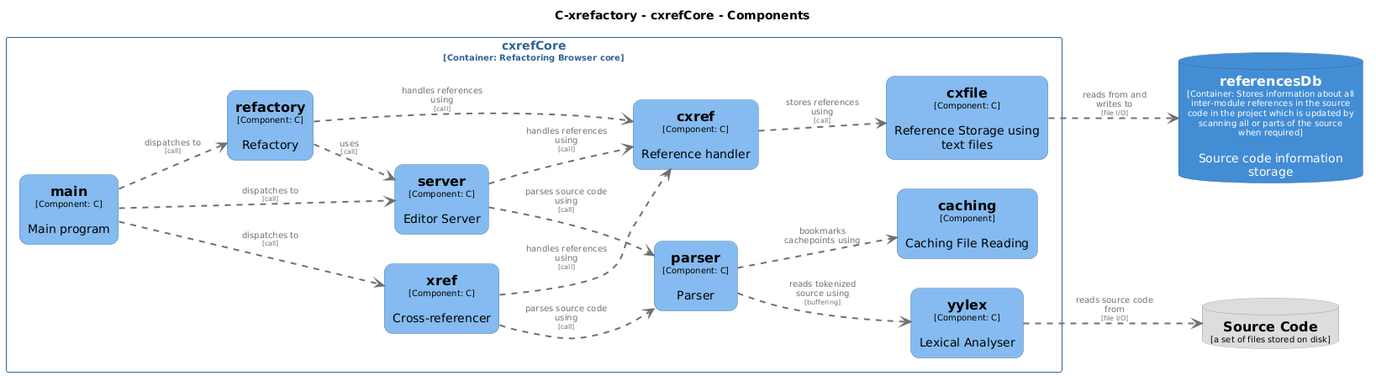
Before: CxrefCore.png, a diagram exported from PlantUML (thoni56/c-xrefactory).
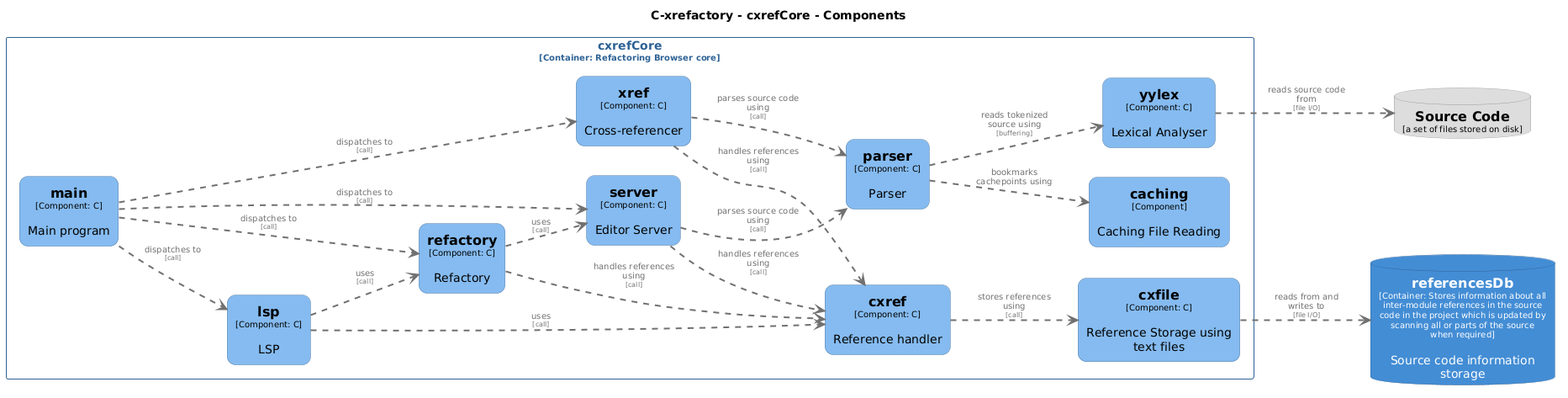
After the commit.

Change to the diagram source:
```diff
@@ -34,6 +34,13 @@
   shadowing false
 }
 skinparam rectangle<<Cxrefactory.cxrefCore.cxref>> {
+  BackgroundColor #85bbf0
+  FontColor #000000
+  BorderColor #5d82a8
+  roundCorner 20
+  shadowing false
+}
+skinparam rectangle<<Cxrefactory.cxrefCore.lsp>> {
   BackgroundColor #85bbf0
   FontColor #000000
   BorderColor #5d82a8
@@ -102,6 +109,7 @@
   rectangle "==xref\n<size:10>[Component: C]</size>\n\nCross-referencer" <<Cxrefactory.cxrefCore.xref>> as Cxrefactory.cxrefCore.xref
   rectangle "==server\n<size:10>[Component: C]</size>\n\nEditor Server" <<Cxrefactory.cxrefCore.server>> as Cxrefactory.cxrefCore.server
   rectangle "==refactory\n<size:10>[Component: C]</size>\n\nRefactory" <<Cxrefactory.cxrefCore.refactory>> as Cxrefactory.cxrefCore.refactory
+  rectangle "==lsp\n<size:10>[Component: C]</size>\n\nLSP" <<Cxrefactory.cxrefCore.lsp>> as Cxrefactory.cxrefCore.lsp
   rectangle "==cxref\n<size:10>[Component: C]</size>\n\nReference handler" <<Cxrefactory.cxrefCore.cxref>> as Cxrefactory.cxrefCore.cxref
   rectangle "==cxfile\n<size:10>[Component: C]</size>\n\nReference Storage using text files" <<Cxrefactory.cxrefCore.cxfile>> as Cxrefactory.cxrefCore.cxfile
   rectangle "==caching\n<size:10>[Component]</size>\n\nCaching File Reading" <<Cxrefactory.cxrefCore.caching>> as Cxrefactory.cxrefCore.caching
@@ -112,8 +120,11 @@
 Cxrefactory.cxrefCore.main .[#707070,thickness=2].> Cxrefactory.cxrefCore.xref : "<color:#707070>dispatches to\n<color:#707070><size:8>[call]</size>"
 Cxrefactory.cxrefCore.main .[#707070,thickness=2].> Cxrefactory.cxrefCore.server : "<color:#707070>dispatches to\n<color:#707070><size:8>[call]</size>"
 Cxrefactory.cxrefCore.main .[#707070,thickness=2].> Cxrefactory.cxrefCore.refactory : "<color:#707070>dispatches to\n<color:#707070><size:8>[call]</size>"
+Cxrefactory.cxrefCore.main .[#707070,thickness=2].> Cxrefactory.cxrefCore.lsp : "<color:#707070>dispatches to\n<color:#707070><size:8>[call]</size>"
 Cxrefactory.cxrefCore.refactory .[#707070,thickness=2].> Cxrefactory.cxrefCore.server : "<color:#707070>uses\n<color:#707070><size:8>[call]</size>"
 Cxrefactory.cxrefCore.cxref .[#707070,thickness=2].> Cxrefactory.cxrefCore.cxfile : "<color:#707070>stores references using\n<color:#707070><size:8>[call]</size>"
+Cxrefactory.cxrefCore.lsp .[#707070,thickness=2].> Cxrefactory.cxrefCore.refactory : "<color:#707070>uses\n<color:#707070><size:8>[call]</size>"
+Cxrefactory.cxrefCore.lsp .[#707070,thickness=2].> Cxrefactory.cxrefCore.cxref : "<color:#707070>uses\n<color:#707070><size:8>[call]</size>"
 Cxrefactory.cxrefCore.xref .[#707070,thickness=2].> Cxrefactory.cxrefCore.cxref : "<color:#707070>handles references using\n<color:#707070><size:8>[call]</size>"
 Cxrefactory.cxrefCore.server .[#707070,thickness=2].> Cxrefactory.cxrefCore.cxref : "<color:#707070>handles references using\n<color:#707070><size:8>[call]</size>"
 Cxrefactory.cxrefCore.refactory .[#707070,thickness=2].> Cxrefactory.cxrefCore.cxref : "<color:#707070>handles references using\n<color:#707070><size:8>[call]</size>"
```
